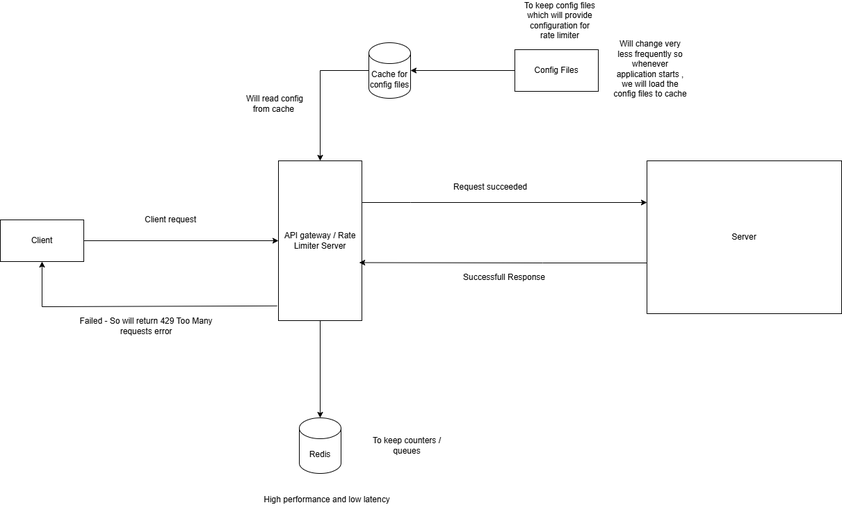
Above: Rate Limiter HLD Diagram.drawio.png in harshgandhi-1999/high-level-design (draw.io), before the change. Source tidied: cells renumbered, new cells last; positions are measured from the earlier drawing's top-left corner, leaving out a move shared by most shapes.
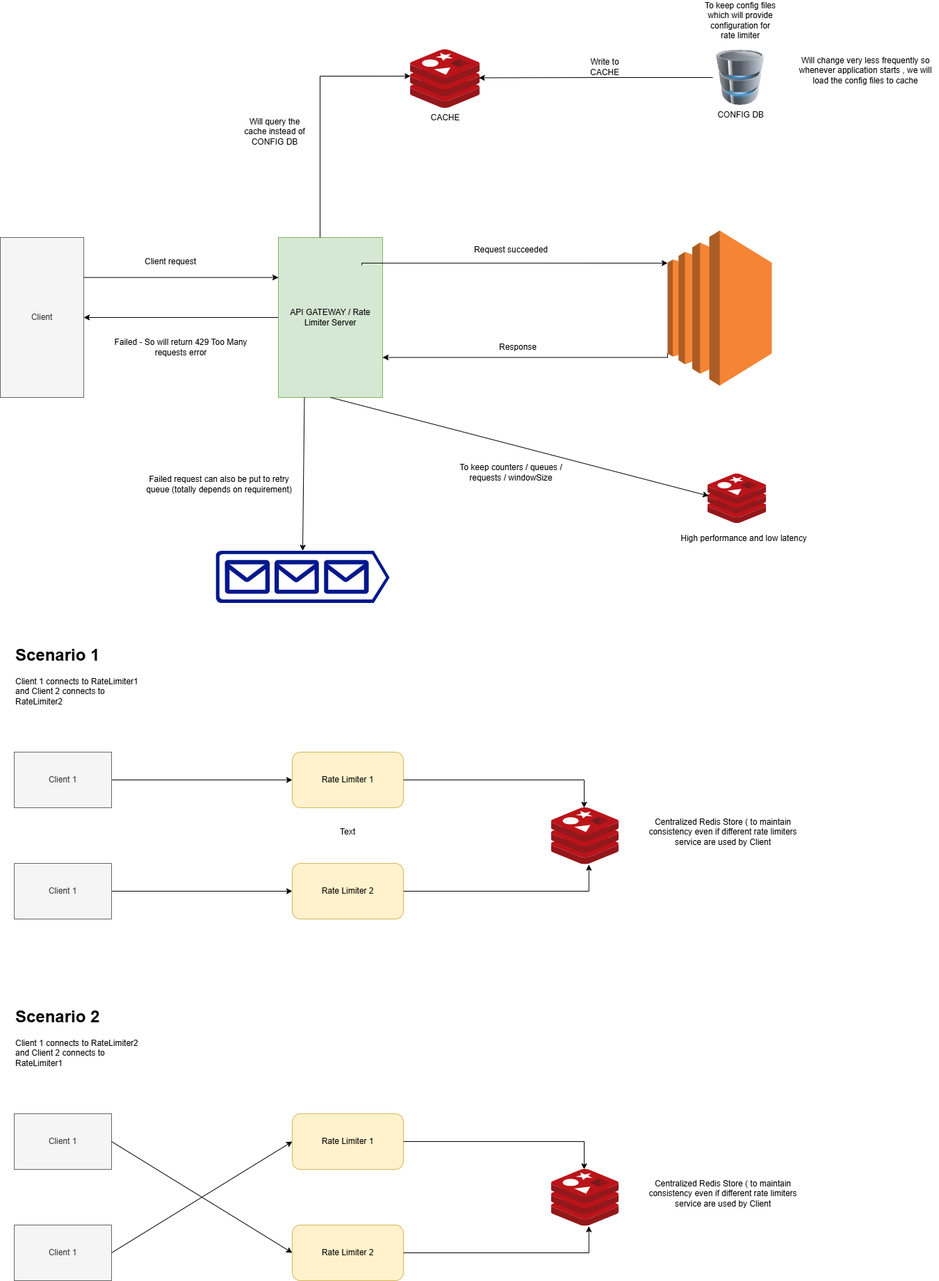
The same file after the commit.

Commit message:
Updated Rate Limiter HLD

The edit, as a diff of the source:
```diff
@@ -2,85 +2,165 @@
   <root>
     <mxCell id="0" />
     <mxCell id="1" parent="0" />
+    <mxCell id="3" style="edgeStyle=orthogonalEdgeStyle;rounded=0;jettySize=auto;html=1;exitX=1;exitY=0.25;exitDx=0;exitDy=0;entryX=0;entryY=0.25;entryDx=0;entryDy=0;" parent="1" edge="1" source="2" target="5">
+      <mxGeometry relative="1" as="geometry" />
+    </mxCell>
-    <mxCell id="2" value="Client" style="rounded=0;whiteSpace=wrap;html=1;" parent="1" vertex="1">
-      <mxGeometry y="315" width="120" height="60" as="geometry" />
+    <mxCell id="2" value="Client" style="rounded=0;whiteSpace=wrap;html=1;fillColor=#f5f5f5;strokeColor=#666666;fontColor=#333333;" parent="1" vertex="1">
+      <mxGeometry y="230" width="120" height="230" as="geometry" />
     </mxCell>
-    <mxCell id="3" style="endArrow=classic;html=1;rounded=0;exitX=1;exitY=0.5;exitDx=0;exitDy=0;" parent="1" edge="1" source="2" target="5">
-      <mxGeometry relative="1" as="geometry" />
-    </mxCell>
-    <mxCell id="4" style="edgeStyle=orthogonalEdgeStyle;rounded=0;jettySize=auto;html=1;" parent="1" edge="1" source="5" target="6">
-      <mxGeometry relative="1" as="geometry">
-        <Array as="points">
-          <mxPoint x="590" y="290" />
-          <mxPoint x="590" y="290" />
-        </Array>
-      </mxGeometry>
-    </mxCell>
+    <mxCell id="20" style="edgeStyle=orthogonalEdgeStyle;rounded=0;jettySize=auto;html=1;entryX=1;entryY=0.5;entryDx=0;entryDy=0;" parent="1" edge="1" source="5" target="2">
+      <mxGeometry relative="1" as="geometry" />
+    </mxCell>
-    <mxCell id="5" value="API gateway / Rate Limiter Server" style="rounded=0;whiteSpace=wrap;html=1;" parent="1" vertex="1">
-      <mxGeometry x="400" y="230" width="120" height="230" as="geometry" />
+    <mxCell id="5" value="API GATEWAY / Rate Limiter Server" style="rounded=0;whiteSpace=wrap;html=1;fillColor=#d5e8d4;strokeColor=#82b366;" parent="1" vertex="1">
+      <mxGeometry x="400" y="230" width="150" height="230" as="geometry" />
     </mxCell>
-    <mxCell id="6" value="Server" style="rounded=0;whiteSpace=wrap;html=1;" parent="1" vertex="1">
-      <mxGeometry x="930" y="230" width="280" height="220" as="geometry" />
-    </mxCell>
-    <mxCell id="7" value="Redis" style="shape=cylinder3;whiteSpace=wrap;html=1;boundedLbl=1;backgroundOutline=1;size=15;" parent="1" vertex="1">
-      <mxGeometry x="430" y="600" width="60" height="80" as="geometry" />
-    </mxCell>
-    <mxCell id="8" style="edgeStyle=orthogonalEdgeStyle;rounded=0;jettySize=auto;html=1;entryX=0.5;entryY=0;entryDx=0;entryDy=0;entryPerimeter=0;" parent="1" edge="1" source="5" target="7">
-      <mxGeometry relative="1" as="geometry" />
-    </mxCell>
-    <mxCell id="9" value="To keep counters / queues" style="text;html=1;align=center;verticalAlign=middle;whiteSpace=wrap;rounded=0;" parent="1" vertex="1">
-      <mxGeometry x="530" y="622.5" width="110" height="35" as="geometry" />
+    <mxCell id="9" value="To keep counters / queues / requests / windowSize" style="text;html=1;align=center;verticalAlign=middle;whiteSpace=wrap;rounded=0;" parent="1" vertex="1">
+      <mxGeometry x="640" y="550" width="190" height="35" as="geometry" />
     </mxCell>
-    <mxCell id="10" value="Config Files" style="rounded=0;whiteSpace=wrap;html=1;" parent="1" vertex="1">
-      <mxGeometry x="740" y="70" width="120" height="60" as="geometry" />
-    </mxCell>
     <mxCell id="11" value="High performance and low latency" style="text;html=1;align=center;verticalAlign=middle;whiteSpace=wrap;rounded=0;" parent="1" vertex="1">
-      <mxGeometry x="360" y="700" width="220" height="35" as="geometry" />
+      <mxGeometry x="960" y="645.5" width="220" height="35" as="geometry" />
     </mxCell>
     <mxCell id="12" value="To keep config files which will provide configuration for rate limiter" style="text;html=1;align=center;verticalAlign=middle;whiteSpace=wrap;rounded=0;" parent="1" vertex="1">
-      <mxGeometry x="750" width="110" height="55" as="geometry" />
+      <mxGeometry x="1010" y="-110" width="110" height="55" as="geometry" />
     </mxCell>
     <mxCell id="13" value="Will change very less frequently so whenever application starts , we will load the config files to cache" style="text;html=1;align=center;verticalAlign=middle;whiteSpace=wrap;rounded=0;" parent="1" vertex="1">
-      <mxGeometry x="880" y="80" width="110" height="35" as="geometry" />
+      <mxGeometry x="1140" y="-70" width="210" height="120" as="geometry" />
     </mxCell>
-    <mxCell id="14" style="edgeStyle=orthogonalEdgeStyle;rounded=0;jettySize=auto;html=1;entryX=0.5;entryY=0;entryDx=0;entryDy=0;" parent="1" edge="1" source="15" target="5">
-      <mxGeometry relative="1" as="geometry" />
-    </mxCell>
-    <mxCell id="15" value="Cache for config files" style="shape=cylinder3;whiteSpace=wrap;html=1;boundedLbl=1;backgroundOutline=1;size=15;" parent="1" vertex="1">
-      <mxGeometry x="530" y="60" width="60" height="80" as="geometry" />
-    </mxCell>
-    <mxCell id="16" style="edgeStyle=orthogonalEdgeStyle;rounded=0;jettySize=auto;html=1;entryX=1;entryY=0.5;entryDx=0;entryDy=0;entryPerimeter=0;" parent="1" edge="1" source="10" target="15">
-      <mxGeometry relative="1" as="geometry" />
-    </mxCell>
     <mxCell id="17" value="Client request" style="text;html=1;align=center;verticalAlign=middle;whiteSpace=wrap;rounded=0;" parent="1" vertex="1">
-      <mxGeometry x="190" y="300" width="110" height="30" as="geometry" />
+      <mxGeometry x="190" y="250" width="110" height="30" as="geometry" />
     </mxCell>
     <mxCell id="18" value="Request succeeded" style="text;html=1;align=center;verticalAlign=middle;whiteSpace=wrap;rounded=0;" parent="1" vertex="1">
-      <mxGeometry x="650" y="250" width="110" height="35" as="geometry" />
+      <mxGeometry x="680" y="230" width="110" height="35" as="geometry" />
     </mxCell>
-    <mxCell id="19" value="Will read config from cache&amp;nbsp;" style="text;html=1;align=center;verticalAlign=middle;whiteSpace=wrap;rounded=0;" parent="1" vertex="1">
-      <mxGeometry x="340" y="130" width="110" height="35" as="geometry" />
+    <mxCell id="19" value="Will query the cache instead of CONFIG DB" style="text;html=1;align=center;verticalAlign=middle;whiteSpace=wrap;rounded=0;" parent="1" vertex="1">
+      <mxGeometry x="340" y="60" width="110" height="35" as="geometry" />
     </mxCell>
-    <mxCell id="20" style="endArrow=classic;html=1;rounded=0;entryX=0.5;entryY=1;entryDx=0;entryDy=0;exitX=-0.017;exitY=0.908;exitDx=0;exitDy=0;exitPerimeter=0;" parent="1" edge="1" source="5" target="2">
-      <mxGeometry relative="1" as="geometry">
-        <Array as="points">
-          <mxPoint x="60" y="440" />
-        </Array>
-      </mxGeometry>
-    </mxCell>
     <mxCell id="21" value="Failed - So will return 429 Too Many requests error" style="text;html=1;align=center;verticalAlign=middle;whiteSpace=wrap;rounded=0;" parent="1" vertex="1">
-      <mxGeometry x="110" y="450" width="200" height="35" as="geometry" />
+      <mxGeometry x="160" y="370" width="200" height="35" as="geometry" />
     </mxCell>
-    <mxCell id="22" style="edgeStyle=orthogonalEdgeStyle;rounded=0;jettySize=auto;html=1;entryX=0.968;entryY=0.637;entryDx=0;entryDy=0;entryPerimeter=0;" parent="1" edge="1" source="6" target="5">
-      <mxGeometry relative="1" as="geometry">
-        <Array as="points">
-          <mxPoint x="780" y="377" />
-          <mxPoint x="780" y="377" />
-        </Array>
-      </mxGeometry>
-    </mxCell>
-    <mxCell id="23" value="Successfull Response" style="text;html=1;align=center;verticalAlign=middle;whiteSpace=wrap;rounded=0;" parent="1" vertex="1">
-      <mxGeometry x="640" y="380" width="170" height="35" as="geometry" />
+    <mxCell id="23" value="Response" style="text;html=1;align=center;verticalAlign=middle;whiteSpace=wrap;rounded=0;" parent="1" vertex="1">
+      <mxGeometry x="660" y="370" width="170" height="35" as="geometry" />
     </mxCell>
+    <mxCell id="24" style="image;sketch=0;html=1;points=[];align=center;fontSize=12;image=img/lib/mscae/Cache_Redis_Product.svg;" parent="1" vertex="1">
+      <mxGeometry x="1017.7" y="570" width="84.5" height="71" as="geometry" />
+    </mxCell>
+    <mxCell id="25" value="CACHE" style="image;sketch=0;html=1;points=[];align=center;fontSize=12;image=img/lib/mscae/Cache_Redis_Product.svg;" parent="1" vertex="1">
+      <mxGeometry x="590" y="-40" width="100" height="84" as="geometry" />
+    </mxCell>
+    <mxCell id="26" value="CONFIG DB" style="image;html=1;image=img/lib/clip_art/computers/Database_128x128.png;" parent="1" vertex="1">
+      <mxGeometry x="1025" y="-40" width="80" height="80" as="geometry" />
+    </mxCell>
+    <mxCell id="27" style="edgeStyle=orthogonalEdgeStyle;rounded=0;jettySize=auto;html=1;entryX=0.985;entryY=0.481;entryDx=0;entryDy=0;entryPerimeter=0;" parent="1" edge="1" source="26" target="25">
+      <mxGeometry relative="1" as="geometry" />
+    </mxCell>
+    <mxCell id="28" style="edgeStyle=orthogonalEdgeStyle;rounded=0;jettySize=auto;html=1;entryX=0.002;entryY=0.452;entryDx=0;entryDy=0;entryPerimeter=0;" parent="1" edge="1" source="5" target="25">
+      <mxGeometry relative="1" as="geometry">
+        <Array as="points">
+          <mxPoint x="460" y="-2" />
+        </Array>
+      </mxGeometry>
+    </mxCell>
+    <mxCell id="29" value="Write to CACHE" style="text;html=1;align=center;verticalAlign=middle;whiteSpace=wrap;rounded=0;" parent="1" vertex="1">
+      <mxGeometry x="840" y="-30" width="60" height="30" as="geometry" />
+    </mxCell>
+    <mxCell id="30" style="edgeStyle=orthogonalEdgeStyle;rounded=0;jettySize=auto;html=1;entryX=0;entryY=0.5;entryDx=0;entryDy=0;" parent="1" edge="1" source="31" target="32">
+      <mxGeometry relative="1" as="geometry" />
+    </mxCell>
+    <mxCell id="31" value="Client 1" style="rounded=0;whiteSpace=wrap;html=1;fillColor=#f5f5f5;fontColor=#333333;strokeColor=#666666;" parent="1" vertex="1">
+      <mxGeometry x="20" y="970" width="140" height="80" as="geometry" />
+    </mxCell>
+    <mxCell id="32" value="Rate Limiter 1" style="rounded=1;whiteSpace=wrap;html=1;fillColor=#fff2cc;strokeColor=#d6b656;" parent="1" vertex="1">
+      <mxGeometry x="420" y="970" width="160" height="80" as="geometry" />
+    </mxCell>
+    <mxCell id="33" value="Rate Limiter 2" style="rounded=1;whiteSpace=wrap;html=1;fillColor=#fff2cc;strokeColor=#d6b656;" parent="1" vertex="1">
+      <mxGeometry x="420" y="1130" width="160" height="80" as="geometry" />
+    </mxCell>
+    <mxCell id="34" style="edgeStyle=orthogonalEdgeStyle;rounded=0;jettySize=auto;html=1;entryX=0;entryY=0.5;entryDx=0;entryDy=0;" parent="1" edge="1" source="35" target="33">
+      <mxGeometry relative="1" as="geometry" />
+    </mxCell>
+    <mxCell id="35" value="Client 1" style="rounded=0;whiteSpace=wrap;html=1;fillColor=#f5f5f5;fontColor=#333333;strokeColor=#666666;" parent="1" vertex="1">
+      <mxGeometry x="20" y="1130" width="140" height="80" as="geometry" />
+    </mxCell>
+    <mxCell id="36" style="image;sketch=0;html=1;points=[];align=center;fontSize=12;image=img/lib/mscae/Cache_Redis_Product.svg;" parent="1" vertex="1">
+      <mxGeometry x="792.9" y="1050" width="97.1" height="81.6" as="geometry" />
+    </mxCell>
+    <mxCell id="37" style="edgeStyle=orthogonalEdgeStyle;rounded=0;jettySize=auto;html=1;entryX=0.555;entryY=1.002;entryDx=0;entryDy=0;entryPerimeter=0;" parent="1" edge="1" source="33" target="36">
+      <mxGeometry relative="1" as="geometry" />
+    </mxCell>
+    <mxCell id="38" style="edgeStyle=orthogonalEdgeStyle;rounded=0;jettySize=auto;html=1;entryX=0.485;entryY=0;entryDx=0;entryDy=0;entryPerimeter=0;" parent="1" edge="1" source="32" target="36">
+      <mxGeometry relative="1" as="geometry" />
+    </mxCell>
+    <mxCell id="39" value="Centralized Redis Store ( to maintain consistency even if different rate limiters service are used by Client" style="text;html=1;align=center;verticalAlign=middle;whiteSpace=wrap;rounded=0;" parent="1" vertex="1">
+      <mxGeometry x="920" y="1070" width="240" height="30" as="geometry" />
+    </mxCell>
+    <mxCell id="40" value="Client 1" style="rounded=0;whiteSpace=wrap;html=1;fillColor=#f5f5f5;fontColor=#333333;strokeColor=#666666;" parent="1" vertex="1">
+      <mxGeometry x="20" y="1490" width="140" height="80" as="geometry" />
+    </mxCell>
+    <mxCell id="41" value="Rate Limiter 1" style="rounded=1;whiteSpace=wrap;html=1;fillColor=#fff2cc;strokeColor=#d6b656;" parent="1" vertex="1">
+      <mxGeometry x="420" y="1490" width="160" height="80" as="geometry" />
+    </mxCell>
+    <mxCell id="42" value="Rate Limiter 2" style="rounded=1;whiteSpace=wrap;html=1;fillColor=#fff2cc;strokeColor=#d6b656;" parent="1" vertex="1">
+      <mxGeometry x="420" y="1650" width="160" height="80" as="geometry" />
+    </mxCell>
+    <mxCell id="43" value="Client 1" style="rounded=0;whiteSpace=wrap;html=1;fillColor=#f5f5f5;fontColor=#333333;strokeColor=#666666;" parent="1" vertex="1">
+      <mxGeometry x="20" y="1650" width="140" height="80" as="geometry" />
+    </mxCell>
+    <mxCell id="44" style="image;sketch=0;html=1;points=[];align=center;fontSize=12;image=img/lib/mscae/Cache_Redis_Product.svg;" parent="1" vertex="1">
+      <mxGeometry x="792.9" y="1570" width="97.1" height="81.6" as="geometry" />
+    </mxCell>
+    <mxCell id="45" style="edgeStyle=orthogonalEdgeStyle;rounded=0;jettySize=auto;html=1;entryX=0.555;entryY=1.002;entryDx=0;entryDy=0;entryPerimeter=0;" parent="1" edge="1" source="42" target="44">
+      <mxGeometry relative="1" as="geometry" />
+    </mxCell>
+    <mxCell id="46" style="edgeStyle=orthogonalEdgeStyle;rounded=0;jettySize=auto;html=1;entryX=0.485;entryY=0;entryDx=0;entryDy=0;entryPerimeter=0;" parent="1" edge="1" source="41" target="44">
+      <mxGeometry relative="1" as="geometry" />
+    </mxCell>
+    <mxCell id="47" value="Centralized Redis Store ( to maintain consistency even if different rate limiters service are used by Client" style="text;html=1;align=center;verticalAlign=middle;whiteSpace=wrap;rounded=0;" parent="1" vertex="1">
+      <mxGeometry x="920" y="1590" width="240" height="30" as="geometry" />
+    </mxCell>
+    <mxCell id="48" value="Text" style="text;html=1;align=center;verticalAlign=middle;whiteSpace=wrap;rounded=0;" parent="1" vertex="1">
+      <mxGeometry x="470" y="1070" width="60" height="30" as="geometry" />
+    </mxCell>
+    <mxCell id="49" value="&lt;h1 style=&quot;margin-top: 0px;&quot;&gt;Scenario 1&lt;/h1&gt;&lt;div&gt;Client 1 connects to RateLimiter1&lt;/div&gt;&lt;div&gt;and Client 2 connects to RateLimiter2&lt;/div&gt;" style="text;html=1;whiteSpace=wrap;overflow=hidden;rounded=0;" parent="1" vertex="1">
+      <mxGeometry x="20" y="810" width="180" height="120" as="geometry" />
+    </mxCell>
+    <mxCell id="50" value="&lt;h1 style=&quot;margin-top: 0px;&quot;&gt;Scenario 2&lt;/h1&gt;&lt;div&gt;Client 1 connects to RateLimiter2&lt;/div&gt;&lt;div&gt;and Client 2 connects to RateLimiter1&lt;/div&gt;" style="text;html=1;whiteSpace=wrap;overflow=hidden;rounded=0;" parent="1" vertex="1">
+      <mxGeometry x="20" y="1330" width="180" height="120" as="geometry" />
+    </mxCell>
+    <mxCell id="51" style="endArrow=classic;html=1;rounded=0;exitX=1;exitY=0.5;exitDx=0;exitDy=0;entryX=0;entryY=0.5;entryDx=0;entryDy=0;" parent="1" edge="1" source="40" target="42">
+      <mxGeometry relative="1" as="geometry" />
+    </mxCell>
+    <mxCell id="52" style="endArrow=classic;html=1;rounded=0;exitX=1;exitY=0.5;exitDx=0;exitDy=0;entryX=0;entryY=0.5;entryDx=0;entryDy=0;" parent="1" edge="1" source="43" target="41">
+      <mxGeometry relative="1" as="geometry" />
+    </mxCell>
+    <mxCell id="53" style="endArrow=classic;html=1;rounded=0;exitX=0.5;exitY=1;exitDx=0;exitDy=0;entryX=0.017;entryY=0.445;entryDx=0;entryDy=0;entryPerimeter=0;" parent="1" edge="1" source="5" target="24">
+      <mxGeometry relative="1" as="geometry" />
+    </mxCell>
+    <mxCell id="54" style="endArrow=classic;html=1;rounded=0;exitX=0.25;exitY=1;exitDx=0;exitDy=0;entryX=0.5;entryY=0;entryDx=0;entryDy=0;entryPerimeter=0;" parent="1" edge="1" source="5" target="56">
+      <mxGeometry relative="1" as="geometry" />
+    </mxCell>
+    <mxCell id="55" value="Failed request can also be put to retry queue (totally depends on requirement)" style="text;html=1;align=center;verticalAlign=middle;whiteSpace=wrap;rounded=0;" parent="1" vertex="1">
+      <mxGeometry x="200" y="560" width="230" height="50" as="geometry" />
+    </mxCell>
+    <mxCell id="56" style="sketch=0;shadow=0;dashed=0;html=1;strokeColor=none;labelPosition=center;verticalLabelPosition=bottom;verticalAlign=top;align=center;fillColor=#00188D;shape=mxgraph.azure.queue_generic;" parent="1" vertex="1">
+      <mxGeometry x="310" y="680.5" width="250" height="75" as="geometry" />
+    </mxCell>
+    <mxCell id="57" style="edgeStyle=orthogonalEdgeStyle;rounded=0;jettySize=auto;html=1;exitX=0;exitY=0.79;exitDx=0;exitDy=0;exitPerimeter=0;entryX=1;entryY=0.75;entryDx=0;entryDy=0;" parent="1" edge="1" source="58" target="5">
+      <mxGeometry relative="1" as="geometry">
+        <Array as="points">
+          <mxPoint x="960" y="403" />
+        </Array>
+      </mxGeometry>
+    </mxCell>
+    <mxCell id="58" style="outlineConnect=0;dashed=0;verticalLabelPosition=bottom;verticalAlign=top;align=center;html=1;shape=mxgraph.aws3.ec2;fillColor=#F58534;gradientColor=none;" parent="1" vertex="1">
+      <mxGeometry x="960" y="220" width="150" height="223" as="geometry" />
+    </mxCell>
+    <mxCell id="59" style="edgeStyle=orthogonalEdgeStyle;rounded=0;jettySize=auto;html=1;entryX=0;entryY=0.21;entryDx=0;entryDy=0;entryPerimeter=0;" parent="1" edge="1" target="58">
+      <mxGeometry relative="1" as="geometry">
+        <mxPoint x="520" y="270" as="sourcePoint" />
+        <Array as="points">
+          <mxPoint x="520" y="267" />
+        </Array>
+      </mxGeometry>
+    </mxCell>
   </root>
 </mxGraphModel>
```
